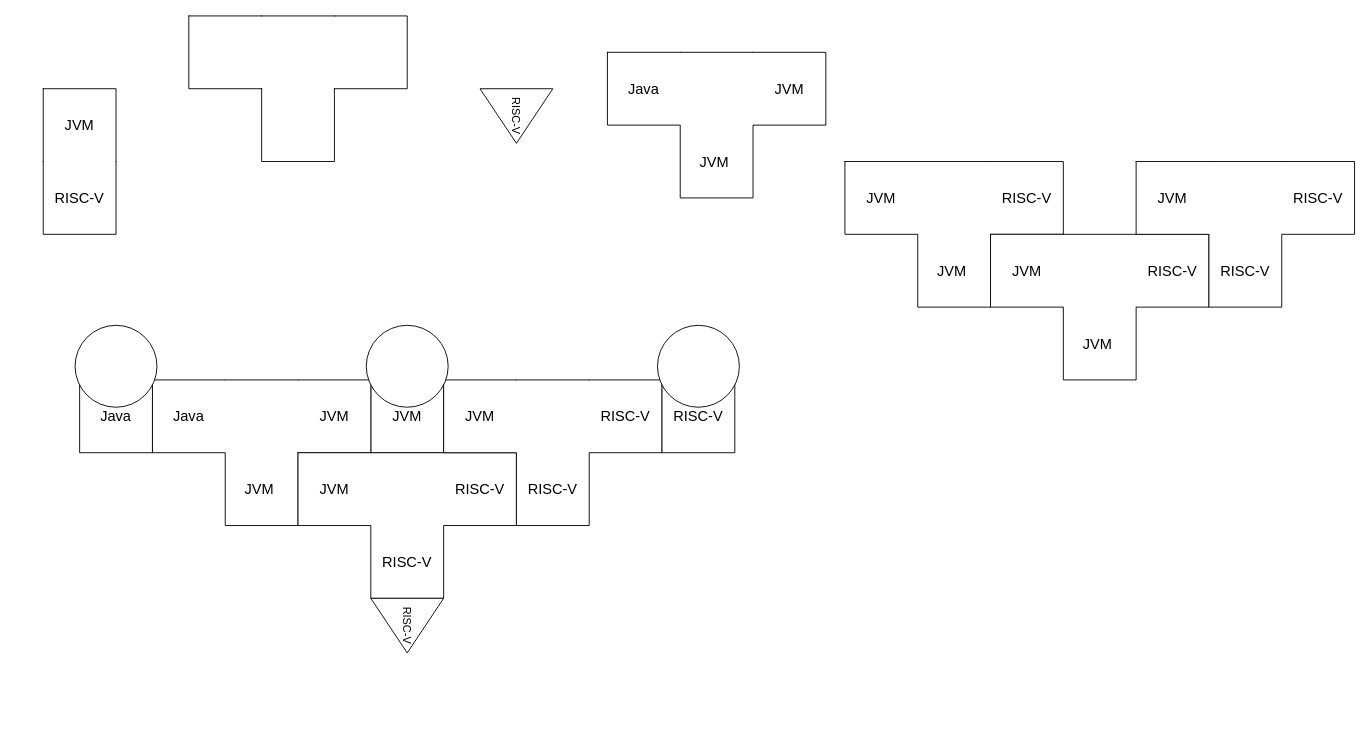
ImitatorOfQueens/Projects keeps this draw.io diagram as Untitled Diagram.drawio. Above is the earlier version. Source tidied: cells renumbered, new cells numbered last; positions are measured from the earlier drawing's top-left corner, leaving out a move shared by most shapes. Both pictures are drawn from the tidied source at 91%, with x=0, y=0 at pixel (43, 15).
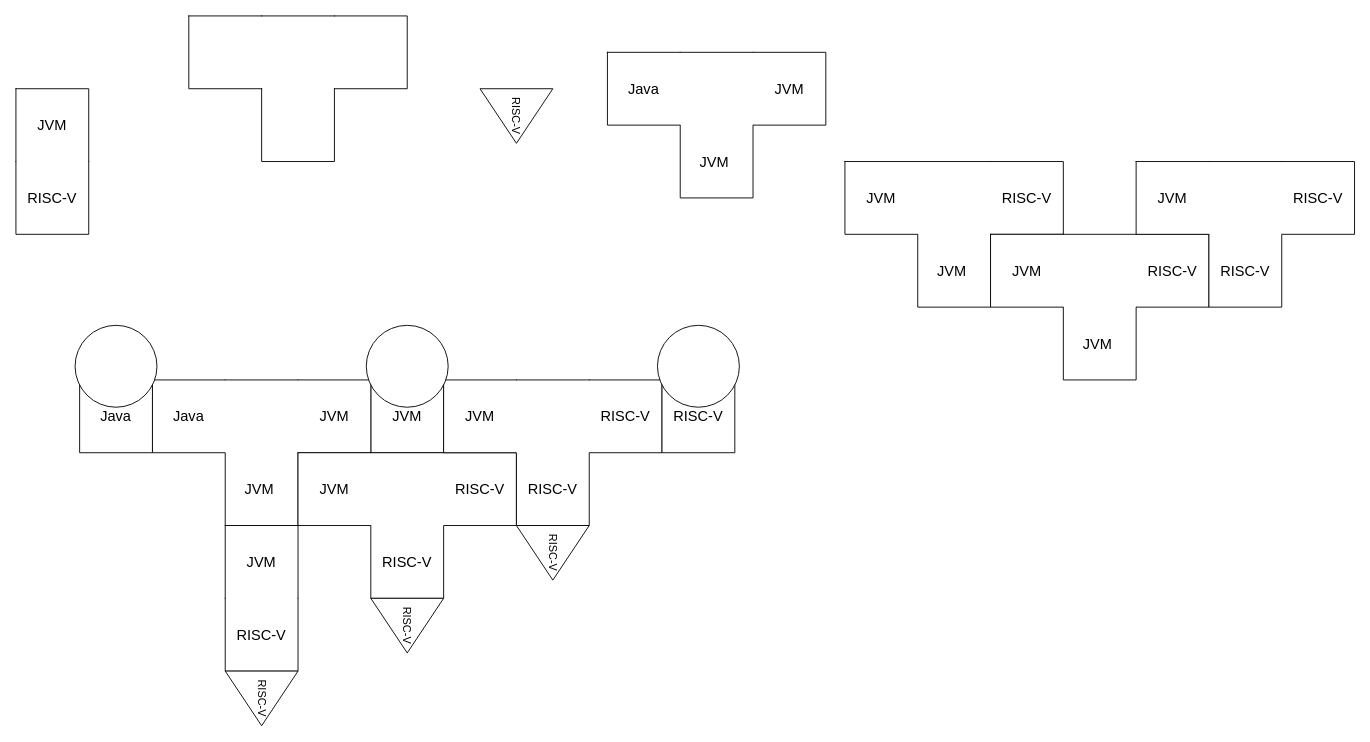
The same page after the edit.

Diff of the diagram source:
```diff
@@
     <mxCell id="4" style="group;" parent="1" vertex="1">
-      <mxGeometry y="80" width="80" height="160" as="geometry" />
+      <mxGeometry x="-30" y="80" width="80" height="160" as="geometry" />
     </mxCell>
@@
+    <mxCell id="52" style="group;" parent="1" vertex="1">
+      <mxGeometry x="200" y="560" width="80" height="160" as="geometry" />
+    </mxCell>
+    <mxCell id="53" value="RISC-V" style="shape=partialRectangle;whiteSpace=wrap;html=1;bottom=1;right=1;left=1;top=0;routingCenterX=-0.5;fontSize=16;rotation=0;" parent="52" vertex="1">
+      <mxGeometry y="80" width="80" height="80" as="geometry" />
+    </mxCell>
+    <mxCell id="54" value="&lt;font style=&quot;font-size: 16px;&quot;&gt;JVM&lt;/font&gt;" style="shape=partialRectangle;whiteSpace=wrap;html=1;bottom=0;right=1;left=1;top=1;routingCenterX=-0.5;fontFamily=Helvetica;fontSize=12;" parent="52" vertex="1">
+      <mxGeometry width="80" height="80" as="geometry" />
+    </mxCell>
+    <mxCell id="55" value="RISC-V" style="triangle;whiteSpace=wrap;html=1;rotation=90;" parent="1" vertex="1">
+      <mxGeometry x="210" y="710" width="60" height="80" as="geometry" />
+    </mxCell>
+    <mxCell id="56" value="RISC-V" style="triangle;whiteSpace=wrap;html=1;rotation=90;" parent="1" vertex="1">
+      <mxGeometry x="530" y="550" width="60" height="80" as="geometry" />
+    </mxCell>
```
